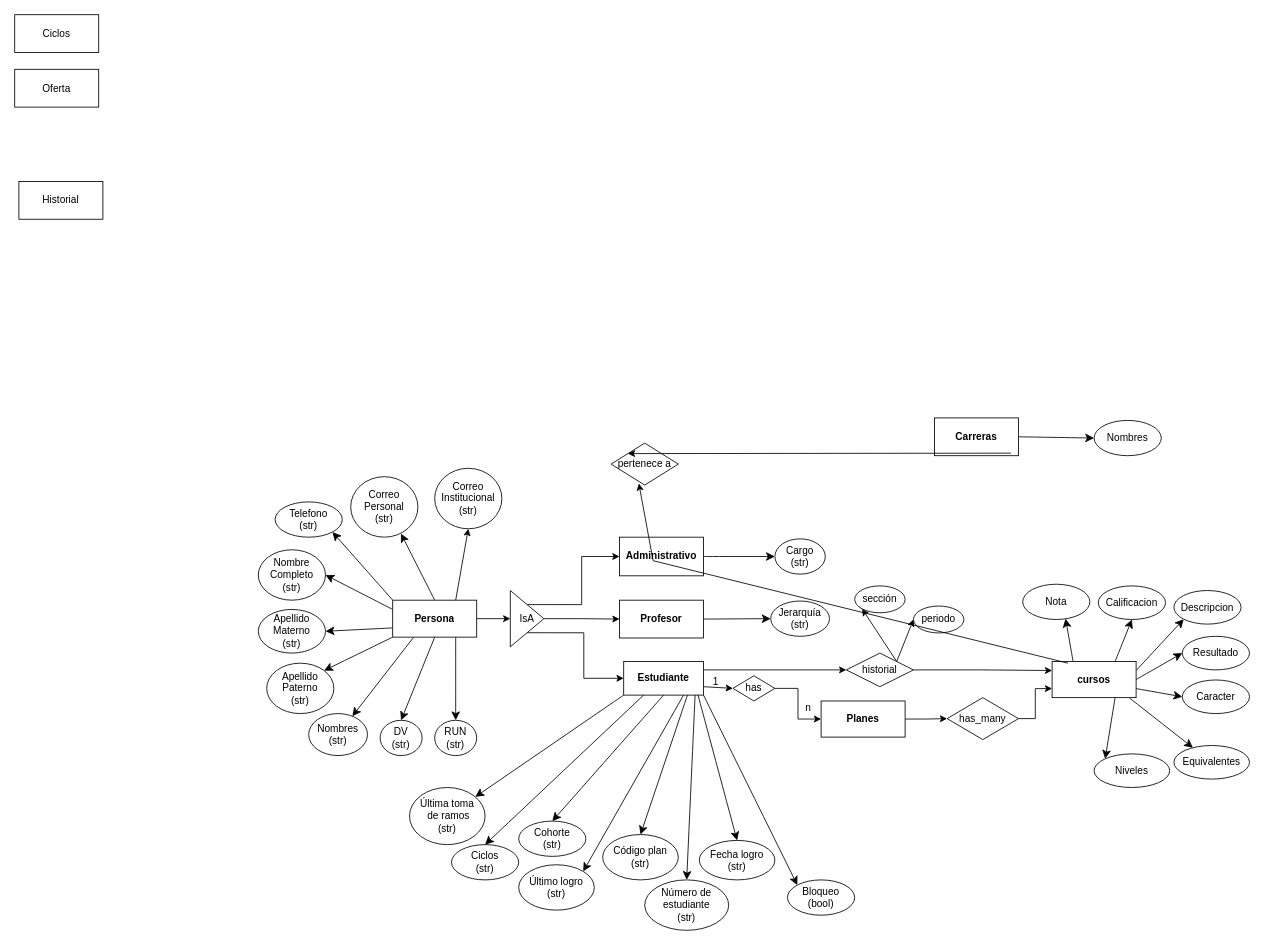
This is E1.drawio from dgolzm/E1-2024-2, a draw.io file, before an edit. Source tidied: cells renumbered, new cells numbered last; positions are measured from the earlier drawing's top-left corner, leaving out a move shared by most shapes. Both pictures are drawn from the tidied source at 84%, with x=0, y=0 at pixel (14, 14).
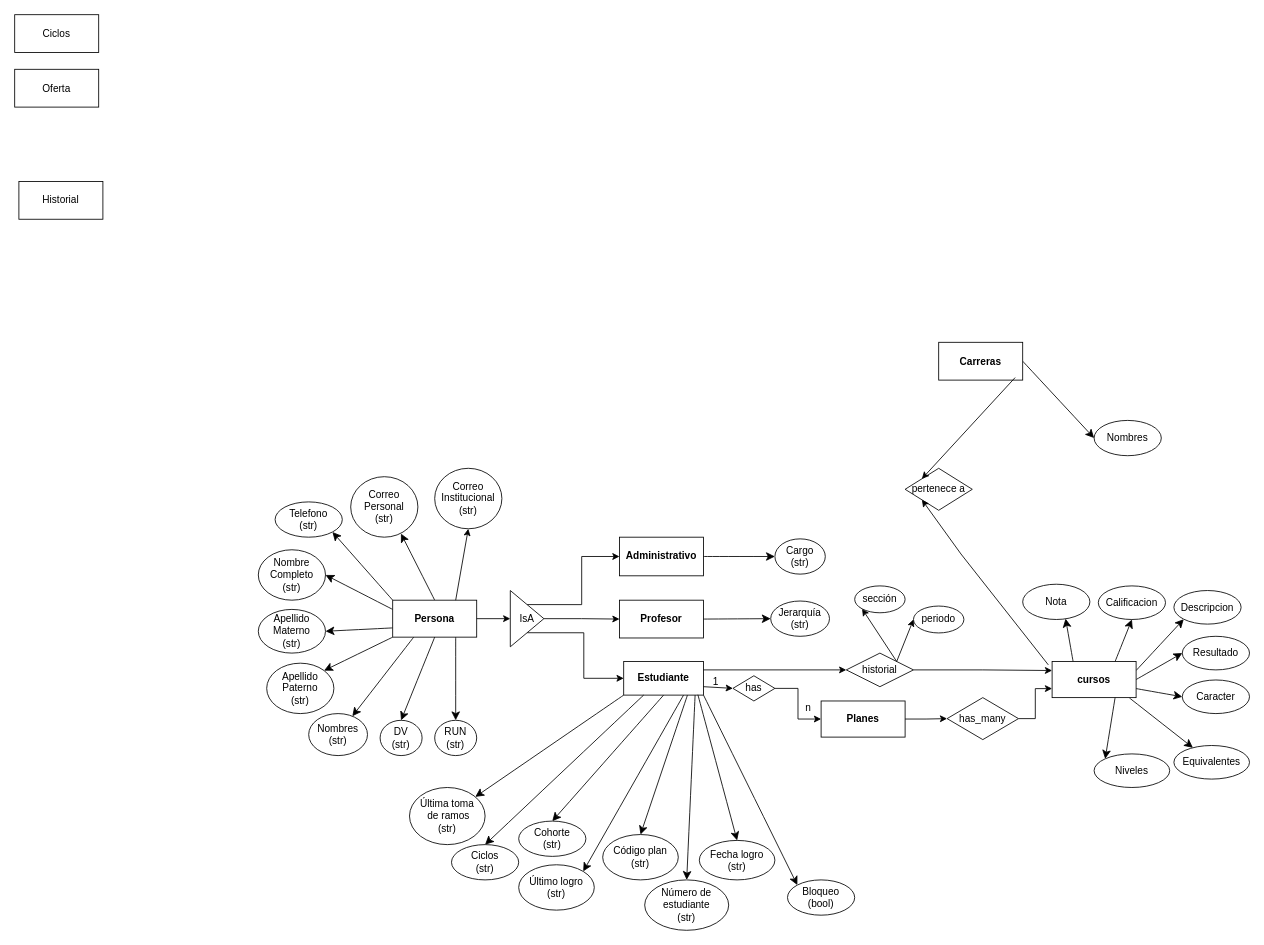
Above is the later version.

Unchanged cells that the change refers to:
```xml
<mxCell id="26" value="&lt;b&gt;cursos&lt;/b&gt;" style="rounded=0;whiteSpace=wrap;html=1;" parent="1" vertex="1">
  <mxGeometry x="1235" y="770" width="100" height="43" as="geometry" />
</mxCell>
```

Diff of the diagram source:
```diff
@@
     <mxCell id="18" value="&lt;b&gt;Carreras&lt;/b&gt;" style="rounded=0;whiteSpace=wrap;html=1;" parent="1" vertex="1">
-      <mxGeometry x="1095" y="480" width="100" height="45" as="geometry" />
+      <mxGeometry x="1100" y="390" width="100" height="45" as="geometry" />
     </mxCell>
@@
     <mxCell id="81" value="pertenece a" style="rhombus;whiteSpace=wrap;html=1;" parent="1" vertex="1">
-      <mxGeometry x="710" y="510" width="80" height="50" as="geometry" />
+      <mxGeometry x="1060" y="540" width="80" height="50" as="geometry" />
     </mxCell>
@@
-    <mxCell id="85" style="endArrow=classic;html=1;rounded=0;exitX=0.19;exitY=0.047;exitDx=0;exitDy=0;exitPerimeter=0;entryX=0.413;entryY=0.96;entryDx=0;entryDy=0;entryPerimeter=0;" parent="1" edge="1" source="26" target="81">
+    <mxCell id="85" style="endArrow=classic;html=1;rounded=0;exitX=0.19;exitY=0.047;exitDx=0;exitDy=0;exitPerimeter=0;entryX=0;entryY=1;entryDx=0;entryDy=0;" parent="1" edge="1" target="81">
       <mxGeometry relative="1" as="geometry">
+        <mxPoint x="1230.5" y="774" as="sourcePoint" />
         <Array as="points">
-          <mxPoint x="760" y="650" />
+          <mxPoint x="1126.5" y="642" />
         </Array>
       </mxGeometry>
     </mxCell>
```
